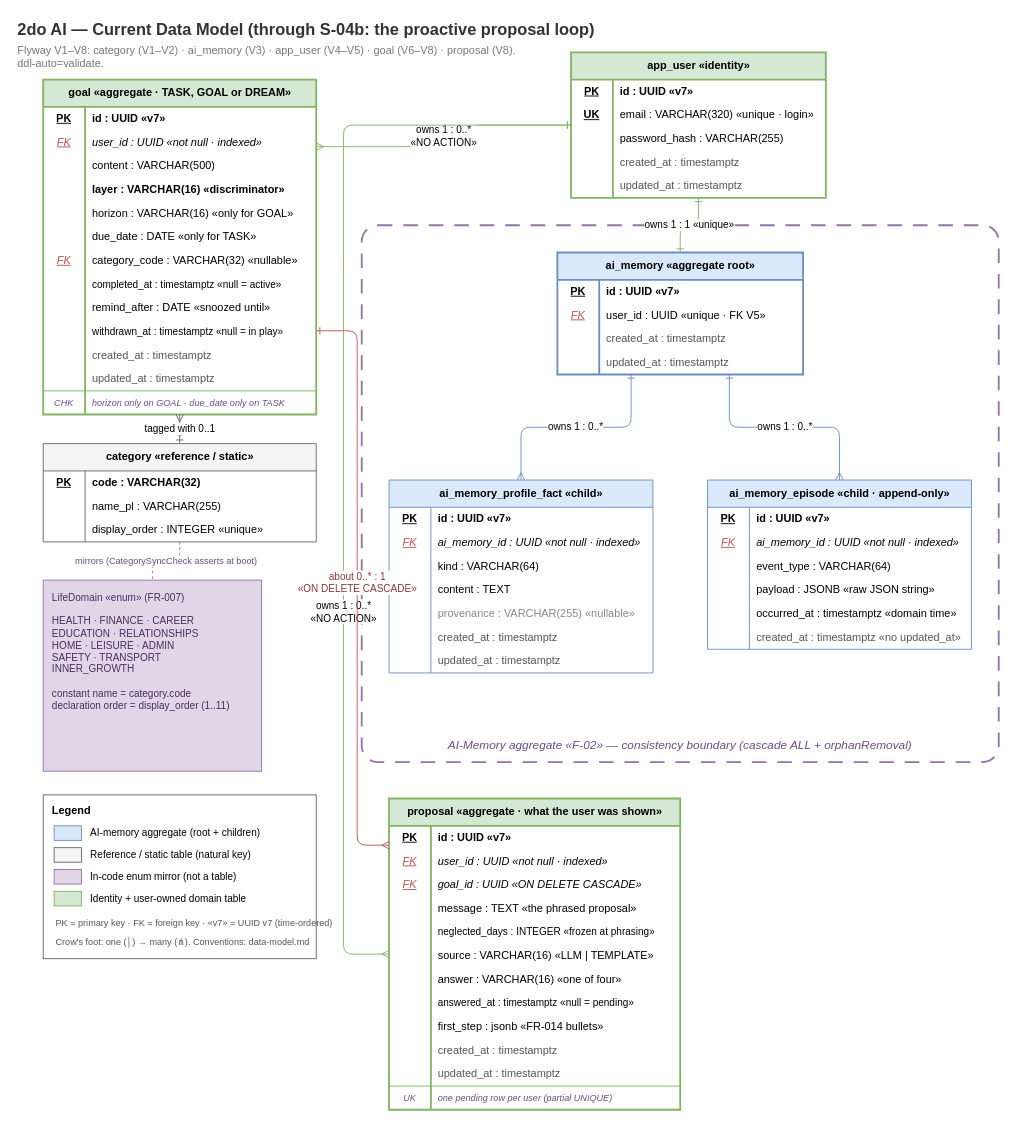
TheDariusz/2doai keeps this draw.io diagram as context/foundation/data-model-current.drawio. Above is the earlier version. Source tidied: cells renumbered, new cells numbered last; positions are measured from the earlier drawing's top-left corner, leaving out a move shared by most shapes. Both pictures are drawn from the tidied source at 91%, with x=0, y=0 at pixel (15, 15).
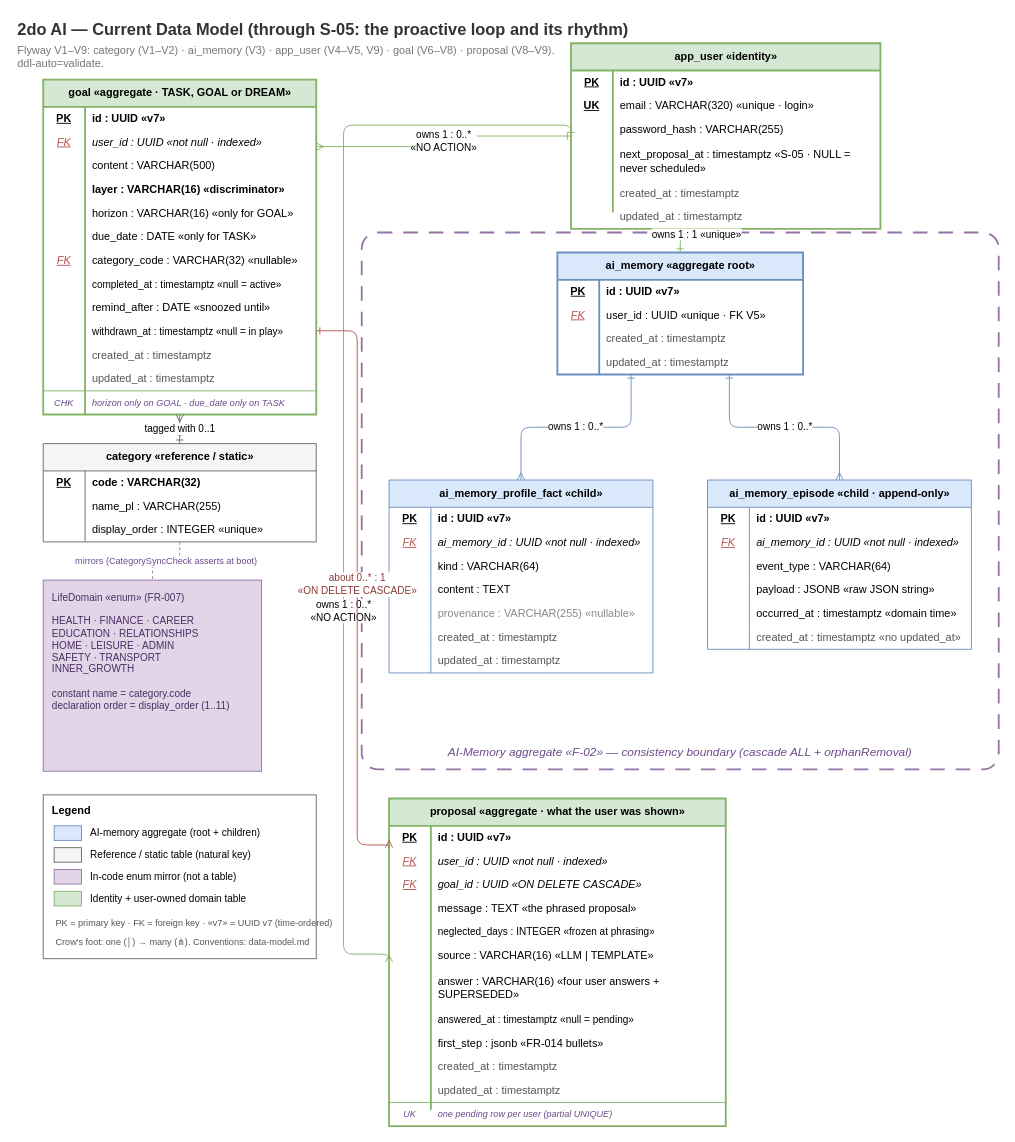
The same page after the edit.

The edit, as a diff of the source:
```diff
@@
-    <mxCell id="2" value="2do AI — Current Data Model (through S-04b: the proactive proposal loop)" style="text;html=1;align=left;verticalAlign=middle;fontSize=18;fontStyle=1;fontColor=#333333;" parent="1" vertex="1">
+    <mxCell id="2" value="2do AI — Current Data Model (through S-05: the proactive loop and its rhythm)" style="text;html=1;align=left;verticalAlign=middle;fontSize=18;fontStyle=1;fontColor=#333333;" parent="1" vertex="1">
       <mxGeometry width="760" height="30" as="geometry" />
     </mxCell>
-    <mxCell id="3" value="Flyway V1–V8:  category (V1–V2) · ai_memory (V3) · app_user (V4–V5) · goal (V6–V8) · proposal (V8).&#10;ddl-auto=validate." style="text;html=1;align=left;verticalAlign=middle;fontSize=12;fontColor=#777777;" parent="1" vertex="1">
+    <mxCell id="3" value="Flyway V1–V9:  category (V1–V2) · ai_memory (V3) · app_user (V4–V5, V9) · goal (V6–V8) · proposal (V8–V9).&#10;ddl-auto=validate." style="text;html=1;align=left;verticalAlign=middle;fontSize=12;fontColor=#777777;" parent="1" vertex="1">
       <mxGeometry y="28" width="600" height="34" as="geometry" />
     </mxCell>
     <mxCell id="4" value="AI-Memory aggregate  «F-02»  —  consistency boundary  (cascade ALL + orphanRemoval)" style="rounded=1;arcSize=3;whiteSpace=wrap;html=1;dashed=1;dashPattern=8 6;strokeColor=#9673a6;strokeWidth=2;fillColor=none;fontStyle=2;fontColor=#6a4a8a;fontSize=13;verticalAlign=bottom;spacingBottom=8;" parent="1" vertex="1">
-      <mxGeometry x="380" y="230" width="700" height="590" as="geometry" />
+      <mxGeometry x="380" y="238" width="700" height="590" as="geometry" />
     </mxCell>
@@
     <mxCell id="16" value="app_user  «identity»" style="shape=table;startSize=30;childLayout=tableLayout;rowLines=0;fontStyle=1;align=center;strokeColor=#82b366;strokeWidth=2;fillColor=#d5e8d4;html=1;" parent="1" vertex="1">
-      <mxGeometry x="610" y="40" width="280" height="160" as="geometry" />
+      <mxGeometry x="610" y="30" width="340" height="204" as="geometry" />
     </mxCell>
     <mxCell id="17" style="shape=tableRow;horizontal=0;startSize=0;swimlaneHead=0;swimlaneBody=0;strokeColor=inherit;top=0;left=0;right=0;bottom=0;fillColor=none;fontSize=12;" parent="16" vertex="1">
-      <mxGeometry y="30" width="280" height="26" as="geometry" />
+      <mxGeometry y="30" width="340" height="26" as="geometry" />
     </mxCell>
@@
     <mxCell id="19" value="id : UUID  «v7»" style="shape=partialRectangle;html=1;whiteSpace=wrap;strokeColor=inherit;overflow=hidden;fillColor=none;top=0;left=0;bottom=0;right=0;align=left;spacingLeft=6;fontStyle=1;" parent="17" vertex="1">
-      <mxGeometry x="46" width="234" height="26" as="geometry" />
+      <mxGeometry x="46" width="294" height="26" as="geometry" />
     </mxCell>
     <mxCell id="20" style="shape=tableRow;horizontal=0;startSize=0;swimlaneHead=0;swimlaneBody=0;strokeColor=inherit;top=0;left=0;right=0;bottom=0;fillColor=none;fontSize=12;" parent="16" vertex="1">
-      <mxGeometry y="56" width="280" height="26" as="geometry" />
+      <mxGeometry y="56" width="340" height="26" as="geometry" />
     </mxCell>
@@
     <mxCell id="22" value="email : VARCHAR(320)  «unique · login»" style="shape=partialRectangle;html=1;whiteSpace=wrap;strokeColor=inherit;overflow=hidden;fillColor=none;top=0;left=0;bottom=0;right=0;align=left;spacingLeft=6;" parent="20" vertex="1">
-      <mxGeometry x="46" width="234" height="26" as="geometry" />
+      <mxGeometry x="46" width="294" height="26" as="geometry" />
     </mxCell>
     <mxCell id="23" style="shape=tableRow;horizontal=0;startSize=0;swimlaneHead=0;swimlaneBody=0;strokeColor=inherit;top=0;left=0;right=0;bottom=0;fillColor=none;fontSize=12;" parent="16" vertex="1">
-      <mxGeometry y="82" width="280" height="26" as="geometry" />
+      <mxGeometry y="82" width="340" height="26" as="geometry" />
     </mxCell>
@@
     <mxCell id="25" value="password_hash : VARCHAR(255)" style="shape=partialRectangle;html=1;whiteSpace=wrap;strokeColor=inherit;overflow=hidden;fillColor=none;top=0;left=0;bottom=0;right=0;align=left;spacingLeft=6;" parent="23" vertex="1">
-      <mxGeometry x="46" width="234" height="26" as="geometry" />
+      <mxGeometry x="46" width="294" height="26" as="geometry" />
     </mxCell>
+    <mxCell id="182" style="shape=tableRow;horizontal=0;startSize=0;swimlaneHead=0;swimlaneBody=0;strokeColor=inherit;top=0;left=0;right=0;bottom=0;fillColor=none;fontSize=12;" parent="16" vertex="1">
+      <mxGeometry y="108" width="340" height="44" as="geometry" />
+    </mxCell>
+    <mxCell id="183" style="shape=partialRectangle;html=1;whiteSpace=wrap;strokeColor=inherit;overflow=hidden;fillColor=none;top=0;left=0;bottom=0;right=0;" parent="182" vertex="1">
+      <mxGeometry width="46" height="26" as="geometry" />
+    </mxCell>
+    <mxCell id="184" value="next_proposal_at : timestamptz  «S-05 · NULL = never scheduled»" style="shape=partialRectangle;html=1;whiteSpace=wrap;strokeColor=inherit;overflow=hidden;fillColor=none;top=0;left=0;bottom=0;right=0;align=left;spacingLeft=6;" parent="182" vertex="1">
+      <mxGeometry x="46" width="294" height="44" as="geometry" />
+    </mxCell>
     <mxCell id="26" style="shape=tableRow;horizontal=0;startSize=0;swimlaneHead=0;swimlaneBody=0;strokeColor=inherit;top=0;left=0;right=0;bottom=0;fillColor=none;fontSize=12;" parent="16" vertex="1">
-      <mxGeometry y="108" width="280" height="26" as="geometry" />
+      <mxGeometry y="152" width="340" height="26" as="geometry" />
     </mxCell>
@@
     <mxCell id="28" value="created_at : timestamptz" style="shape=partialRectangle;html=1;whiteSpace=wrap;strokeColor=inherit;overflow=hidden;fillColor=none;top=0;left=0;bottom=0;right=0;align=left;spacingLeft=6;fontColor=#555555;" parent="26" vertex="1">
-      <mxGeometry x="46" width="234" height="26" as="geometry" />
+      <mxGeometry x="46" width="294" height="26" as="geometry" />
     </mxCell>
     <mxCell id="29" style="shape=tableRow;horizontal=0;startSize=0;swimlaneHead=0;swimlaneBody=0;strokeColor=inherit;top=0;left=0;right=0;bottom=0;fillColor=none;fontSize=12;" parent="16" vertex="1">
-      <mxGeometry y="134" width="280" height="26" as="geometry" />
+      <mxGeometry y="178" width="340" height="26" as="geometry" />
     </mxCell>
@@
     <mxCell id="31" value="updated_at : timestamptz" style="shape=partialRectangle;html=1;whiteSpace=wrap;strokeColor=inherit;overflow=hidden;fillColor=none;top=0;left=0;bottom=0;right=0;align=left;spacingLeft=6;fontColor=#555555;" parent="29" vertex="1">
-      <mxGeometry x="46" width="234" height="26" as="geometry" />
+      <mxGeometry x="46" width="294" height="26" as="geometry" />
     </mxCell>
@@
     <mxCell id="132" value="proposal  «aggregate · what the user was shown»" style="shape=table;startSize=30;childLayout=tableLayout;rowLines=0;fontStyle=1;align=center;strokeColor=#82b366;strokeWidth=2;fillColor=#d5e8d4;html=1;" parent="1" vertex="1">
-      <mxGeometry x="410" y="860" width="320" height="342" as="geometry" />
+      <mxGeometry x="410" y="860" width="370" height="360" as="geometry" />
     </mxCell>
     <mxCell id="133" style="shape=tableRow;horizontal=0;startSize=0;swimlaneHead=0;swimlaneBody=0;strokeColor=inherit;top=0;left=0;right=0;bottom=0;fillColor=none;fontSize=12;" parent="132" vertex="1">
-      <mxGeometry y="30" width="320" height="26" as="geometry" />
+      <mxGeometry y="30" width="370" height="26" as="geometry" />
     </mxCell>
@@
     <mxCell id="135" value="id : UUID  «v7»" style="shape=partialRectangle;html=1;whiteSpace=wrap;strokeColor=inherit;overflow=hidden;fillColor=none;top=0;left=0;bottom=0;right=0;align=left;spacingLeft=6;fontStyle=1;" parent="133" vertex="1">
-      <mxGeometry x="46" width="274" height="26" as="geometry" />
+      <mxGeometry x="46" width="324" height="26" as="geometry" />
     </mxCell>
     <mxCell id="136" style="shape=tableRow;horizontal=0;startSize=0;swimlaneHead=0;swimlaneBody=0;strokeColor=inherit;top=0;left=0;right=0;bottom=0;fillColor=none;fontSize=12;" parent="132" vertex="1">
-      <mxGeometry y="56" width="320" height="26" as="geometry" />
+      <mxGeometry y="56" width="370" height="26" as="geometry" />
     </mxCell>
@@
     <mxCell id="138" value="user_id : UUID  «not null · indexed»" style="shape=partialRectangle;html=1;whiteSpace=wrap;strokeColor=inherit;overflow=hidden;fillColor=none;top=0;left=0;bottom=0;right=0;align=left;spacingLeft=6;fontStyle=2;" parent="136" vertex="1">
-      <mxGeometry x="46" width="274" height="26" as="geometry" />
+      <mxGeometry x="46" width="324" height="26" as="geometry" />
     </mxCell>
     <mxCell id="139" style="shape=tableRow;horizontal=0;startSize=0;swimlaneHead=0;swimlaneBody=0;strokeColor=inherit;top=0;left=0;right=0;bottom=0;fillColor=none;fontSize=12;" parent="132" vertex="1">
-      <mxGeometry y="82" width="320" height="26" as="geometry" />
+      <mxGeometry y="82" width="370" height="26" as="geometry" />
     </mxCell>
@@
     <mxCell id="141" value="goal_id : UUID  «ON DELETE CASCADE»" style="shape=partialRectangle;html=1;whiteSpace=wrap;strokeColor=inherit;overflow=hidden;fillColor=none;top=0;left=0;bottom=0;right=0;align=left;spacingLeft=6;fontStyle=2;" parent="139" vertex="1">
-      <mxGeometry x="46" width="274" height="26" as="geometry" />
+      <mxGeometry x="46" width="324" height="26" as="geometry" />
     </mxCell>
     <mxCell id="142" style="shape=tableRow;horizontal=0;startSize=0;swimlaneHead=0;swimlaneBody=0;strokeColor=inherit;top=0;left=0;right=0;bottom=0;fillColor=none;fontSize=12;" parent="132" vertex="1">
-      <mxGeometry y="108" width="320" height="26" as="geometry" />
+      <mxGeometry y="108" width="370" height="26" as="geometry" />
     </mxCell>
@@
     <mxCell id="144" value="message : TEXT  «the phrased proposal»" style="shape=partialRectangle;html=1;whiteSpace=wrap;strokeColor=inherit;overflow=hidden;fillColor=none;top=0;left=0;bottom=0;right=0;align=left;spacingLeft=6;" parent="142" vertex="1">
-      <mxGeometry x="46" width="274" height="26" as="geometry" />
+      <mxGeometry x="46" width="324" height="26" as="geometry" />
     </mxCell>
     <mxCell id="145" style="shape=tableRow;horizontal=0;startSize=0;swimlaneHead=0;swimlaneBody=0;strokeColor=inherit;top=0;left=0;right=0;bottom=0;fillColor=none;fontSize=12;" parent="132" vertex="1">
-      <mxGeometry y="134" width="320" height="26" as="geometry" />
+      <mxGeometry y="134" width="370" height="26" as="geometry" />
     </mxCell>
@@
     <mxCell id="147" value="neglected_days : INTEGER  «frozen at phrasing»" style="shape=partialRectangle;html=1;whiteSpace=wrap;strokeColor=inherit;overflow=hidden;fillColor=none;top=0;left=0;bottom=0;right=0;align=left;spacingLeft=6;fontSize=11;" parent="145" vertex="1">
-      <mxGeometry x="46" width="274" height="26" as="geometry" />
+      <mxGeometry x="46" width="324" height="26" as="geometry" />
     </mxCell>
     <mxCell id="148" style="shape=tableRow;horizontal=0;startSize=0;swimlaneHead=0;swimlaneBody=0;strokeColor=inherit;top=0;left=0;right=0;bottom=0;fillColor=none;fontSize=12;" parent="132" vertex="1">
-      <mxGeometry y="160" width="320" height="26" as="geometry" />
+      <mxGeometry y="160" width="370" height="26" as="geometry" />
     </mxCell>
@@
     <mxCell id="150" value="source : VARCHAR(16)  «LLM | TEMPLATE»" style="shape=partialRectangle;html=1;whiteSpace=wrap;strokeColor=inherit;overflow=hidden;fillColor=none;top=0;left=0;bottom=0;right=0;align=left;spacingLeft=6;" parent="148" vertex="1">
-      <mxGeometry x="46" width="274" height="26" as="geometry" />
+      <mxGeometry x="46" width="324" height="26" as="geometry" />
     </mxCell>
     <mxCell id="151" style="shape=tableRow;horizontal=0;startSize=0;swimlaneHead=0;swimlaneBody=0;strokeColor=inherit;top=0;left=0;right=0;bottom=0;fillColor=none;fontSize=12;" parent="132" vertex="1">
-      <mxGeometry y="186" width="320" height="26" as="geometry" />
+      <mxGeometry y="186" width="370" height="44" as="geometry" />
     </mxCell>
@@
-    <mxCell id="153" value="answer : VARCHAR(16)  «one of four»" style="shape=partialRectangle;html=1;whiteSpace=wrap;strokeColor=inherit;overflow=hidden;fillColor=none;top=0;left=0;bottom=0;right=0;align=left;spacingLeft=6;" parent="151" vertex="1">
-      <mxGeometry x="46" width="274" height="26" as="geometry" />
+    <mxCell id="153" value="answer : VARCHAR(16)  «four user answers + SUPERSEDED»" style="shape=partialRectangle;html=1;whiteSpace=wrap;strokeColor=inherit;overflow=hidden;fillColor=none;top=0;left=0;bottom=0;right=0;align=left;spacingLeft=6;" parent="151" vertex="1">
+      <mxGeometry x="46" width="324" height="44" as="geometry" />
     </mxCell>
     <mxCell id="154" style="shape=tableRow;horizontal=0;startSize=0;swimlaneHead=0;swimlaneBody=0;strokeColor=inherit;top=0;left=0;right=0;bottom=0;fillColor=none;fontSize=12;" parent="132" vertex="1">
-      <mxGeometry y="212" width="320" height="26" as="geometry" />
+      <mxGeometry y="230" width="370" height="26" as="geometry" />
     </mxCell>
@@
     <mxCell id="156" value="answered_at : timestamptz  «null = pending»" style="shape=partialRectangle;html=1;whiteSpace=wrap;strokeColor=inherit;overflow=hidden;fillColor=none;top=0;left=0;bottom=0;right=0;align=left;spacingLeft=6;fontSize=11;" parent="154" vertex="1">
-      <mxGeometry x="46" width="274" height="26" as="geometry" />
+      <mxGeometry x="46" width="324" height="26" as="geometry" />
     </mxCell>
     <mxCell id="157" style="shape=tableRow;horizontal=0;startSize=0;swimlaneHead=0;swimlaneBody=0;strokeColor=inherit;top=0;left=0;right=0;bottom=0;fillColor=none;fontSize=12;" parent="132" vertex="1">
-      <mxGeometry y="238" width="320" height="26" as="geometry" />
+      <mxGeometry y="256" width="370" height="26" as="geometry" />
     </mxCell>
@@
     <mxCell id="159" value="first_step : jsonb  «FR-014 bullets»" style="shape=partialRectangle;html=1;whiteSpace=wrap;strokeColor=inherit;overflow=hidden;fillColor=none;top=0;left=0;bottom=0;right=0;align=left;spacingLeft=6;" parent="157" vertex="1">
-      <mxGeometry x="46" width="274" height="26" as="geometry" />
+      <mxGeometry x="46" width="324" height="26" as="geometry" />
     </mxCell>
     <mxCell id="160" style="shape=tableRow;horizontal=0;startSize=0;swimlaneHead=0;swimlaneBody=0;strokeColor=inherit;top=0;left=0;right=0;bottom=0;fillColor=none;fontSize=12;" parent="132" vertex="1">
-      <mxGeometry y="264" width="320" height="26" as="geometry" />
+      <mxGeometry y="282" width="370" height="26" as="geometry" />
     </mxCell>
@@
     <mxCell id="162" value="created_at : timestamptz" style="shape=partialRectangle;html=1;whiteSpace=wrap;strokeColor=inherit;overflow=hidden;fillColor=none;top=0;left=0;bottom=0;right=0;align=left;spacingLeft=6;fontColor=#555555;" parent="160" vertex="1">
-      <mxGeometry x="46" width="274" height="26" as="geometry" />
+      <mxGeometry x="46" width="324" height="26" as="geometry" />
     </mxCell>
     <mxCell id="163" style="shape=tableRow;horizontal=0;startSize=0;swimlaneHead=0;swimlaneBody=0;strokeColor=inherit;top=0;left=0;right=0;bottom=0;fillColor=none;fontSize=12;" parent="132" vertex="1">
-      <mxGeometry y="290" width="320" height="26" as="geometry" />
+      <mxGeometry y="308" width="370" height="26" as="geometry" />
     </mxCell>
@@
     <mxCell id="165" value="updated_at : timestamptz" style="shape=partialRectangle;html=1;whiteSpace=wrap;strokeColor=inherit;overflow=hidden;fillColor=none;top=0;left=0;bottom=0;right=0;align=left;spacingLeft=6;fontColor=#555555;" parent="163" vertex="1">
-      <mxGeometry x="46" width="274" height="26" as="geometry" />
+      <mxGeometry x="46" width="324" height="26" as="geometry" />
     </mxCell>
     <mxCell id="166" style="shape=tableRow;horizontal=0;startSize=0;swimlaneHead=0;swimlaneBody=0;strokeColor=inherit;top=1;left=0;right=0;bottom=0;fillColor=none;fontSize=12;" parent="132" vertex="1">
-      <mxGeometry y="316" width="320" height="26" as="geometry" />
+      <mxGeometry y="334" width="370" height="26" as="geometry" />
     </mxCell>
@@
     <mxCell id="168" value="one pending row per user  (partial UNIQUE)" style="shape=partialRectangle;html=1;whiteSpace=wrap;strokeColor=inherit;overflow=hidden;fillColor=none;top=0;left=0;bottom=0;right=0;align=left;spacingLeft=6;fontStyle=2;fontSize=10;fontColor=#6a4a8a;" parent="166" vertex="1">
-      <mxGeometry x="46" width="274" height="26" as="geometry" />
+      <mxGeometry x="46" width="324" height="26" as="geometry" />
     </mxCell>
```
